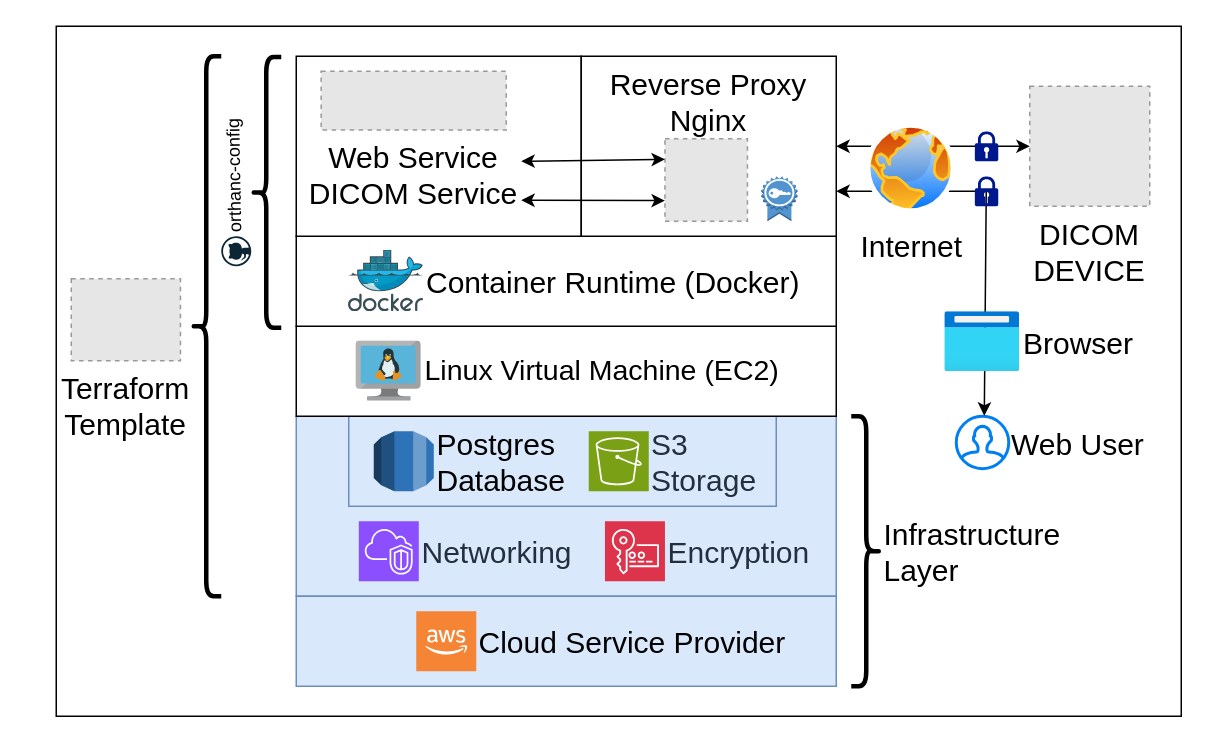
Before: page "Overview" (1 of 3) of docs/assets/diagrams/Orthweb.drawio in digihunch/orthweb, a draw.io diagram. Source tidied: cells renumbered, new cells numbered last; positions are measured from the earlier drawing's top-left corner, leaving out a move shared by most shapes. Both pictures are drawn from the tidied source at 150%, with x=0, y=0 at pixel (56, 26). Pictures stored in the file or linked from it are replaced by grey dashed boxes.
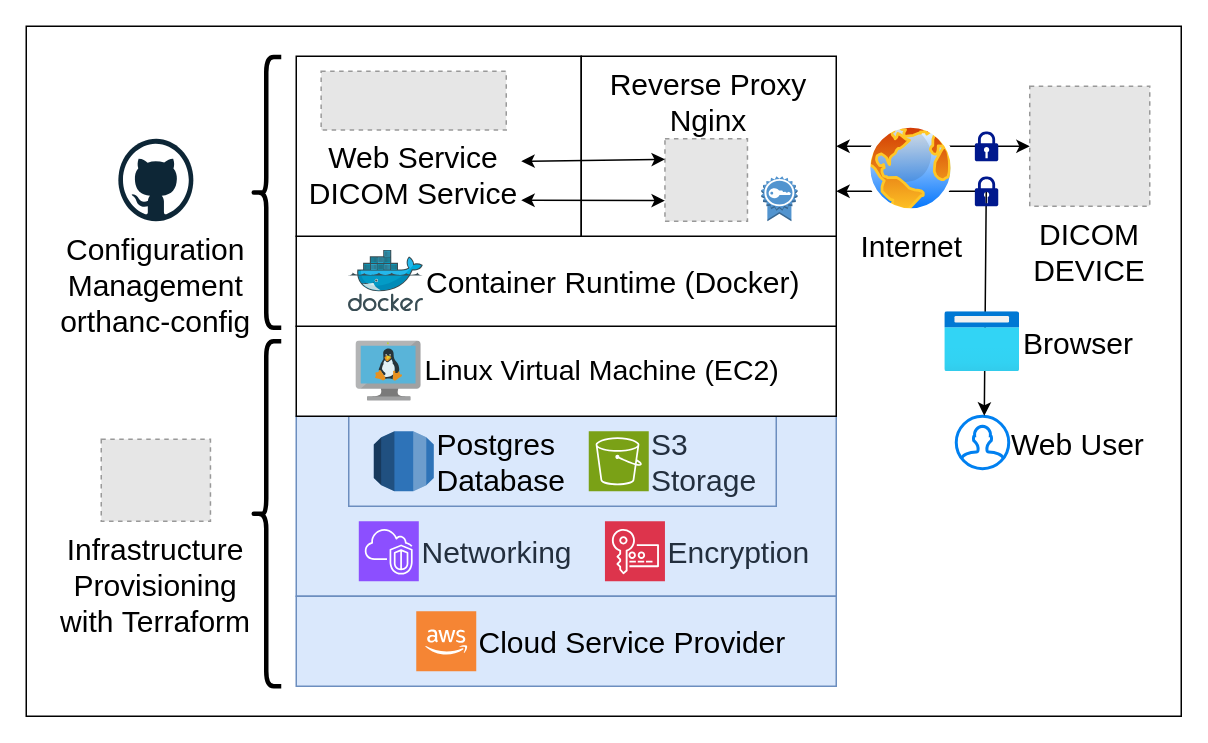
The same page after the edit.

The edit, as a diff of the source:
```diff
@@
     <mxCell id="2" style="rounded=0;whiteSpace=wrap;html=1;" parent="1" vertex="1">
-      <mxGeometry width="750" height="460" as="geometry" />
+      <mxGeometry x="-20" width="770" height="460" as="geometry" />
     </mxCell>
@@
     <mxCell id="15" style="shape=curlyBracket;whiteSpace=wrap;html=1;rounded=1;flipH=1;labelPosition=right;verticalLabelPosition=middle;align=left;verticalAlign=middle;strokeWidth=3;rotation=-180;" parent="1" vertex="1">
-      <mxGeometry x="90" y="20" width="20" height="360" as="geometry" />
+      <mxGeometry x="130" y="210" width="20" height="230" as="geometry" />
     </mxCell>
@@
-    <mxCell id="19" value="Terraform&#10;Template" style="fillColor=#E6E6E6;strokeColor=#999999;dashed=1;verticalLabelPosition=bottom;labelBackgroundColor=default;verticalAlign=top;fontSize=20;labelPosition=center;align=center;" parent="1" vertex="1">
-      <mxGeometry x="10" y="168.4" width="72.8" height="54.6" as="geometry" />
+    <mxCell id="19" value="Infrastructure&#10;Provisioning&#10;with Terraform" style="fillColor=#E6E6E6;strokeColor=#999999;dashed=1;verticalLabelPosition=bottom;labelBackgroundColor=default;verticalAlign=top;fontSize=20;labelPosition=center;align=center;" parent="1" vertex="1">
+      <mxGeometry x="30" y="275.4" width="72.8" height="54.6" as="geometry" />
     </mxCell>
@@
-    <mxCell id="29" value="Infrastructure&lt;div style=&quot;font-size: 20px;&quot;&gt;Layer&lt;/div&gt;" style="shape=curlyBracket;whiteSpace=wrap;html=1;rounded=1;flipH=1;labelPosition=right;verticalLabelPosition=middle;align=left;verticalAlign=middle;strokeWidth=3;rotation=0;fontSize=20;" parent="1" vertex="1">
-      <mxGeometry x="530" y="260" width="20" height="180" as="geometry" />
-    </mxCell>
@@
-    <mxCell id="34" value="orthanc-config" style="dashed=0;html=1;align=left;labelPosition=right;verticalLabelPosition=middle;verticalAlign=middle;shape=mxgraph.weblogos.github;rotation=-91;" parent="1" vertex="1">
-      <mxGeometry x="110" y="140" width="20" height="20" as="geometry" />
-    </mxCell>
+    <mxCell id="35" value="Configuration&lt;div&gt;Management&lt;/div&gt;&lt;div&gt;orthanc-config&lt;/div&gt;" style="dashed=0;html=1;align=center;labelPosition=center;verticalLabelPosition=bottom;verticalAlign=top;shape=mxgraph.weblogos.github;fontSize=20;" parent="1" vertex="1">
+      <mxGeometry x="41.4" y="75" width="50" height="55" as="geometry" />
+    </mxCell>
```
